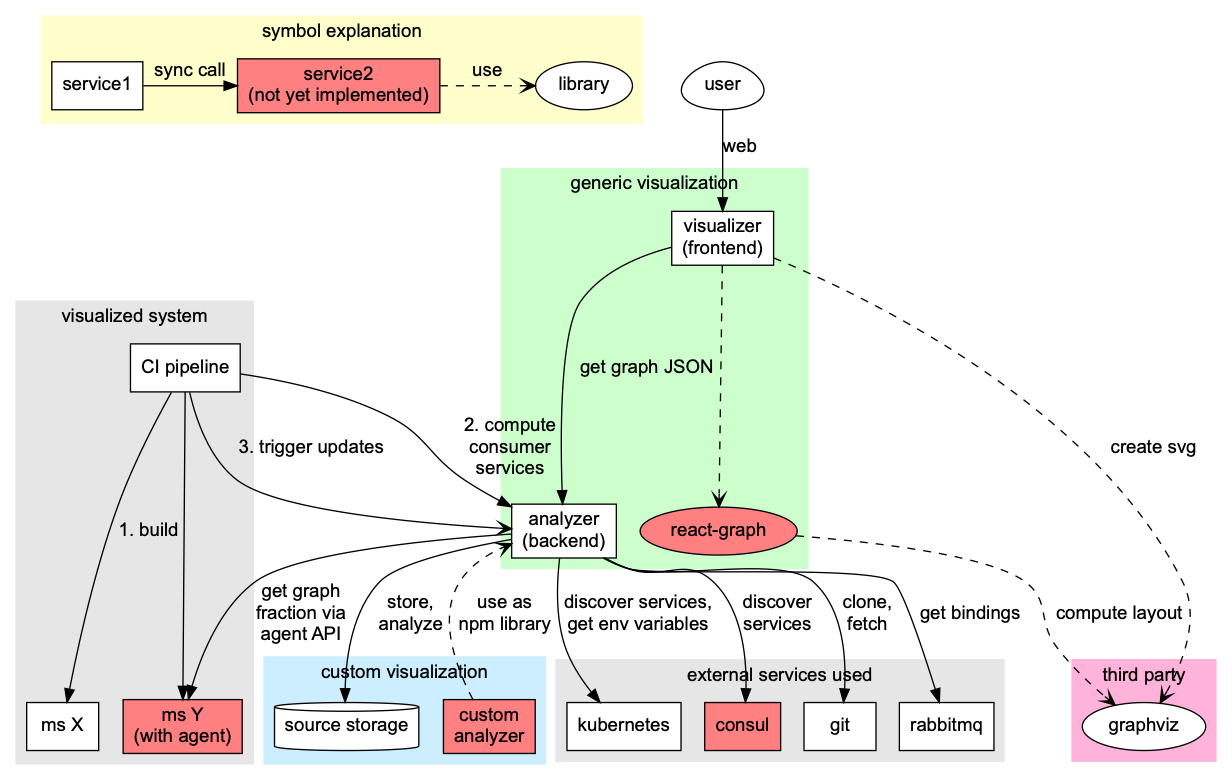
Above: docs/target-architecture.png in xndlnk/microservice-visualization (Graphviz), before the change. Its source is kept beside it as docs/target-architecture.dot.
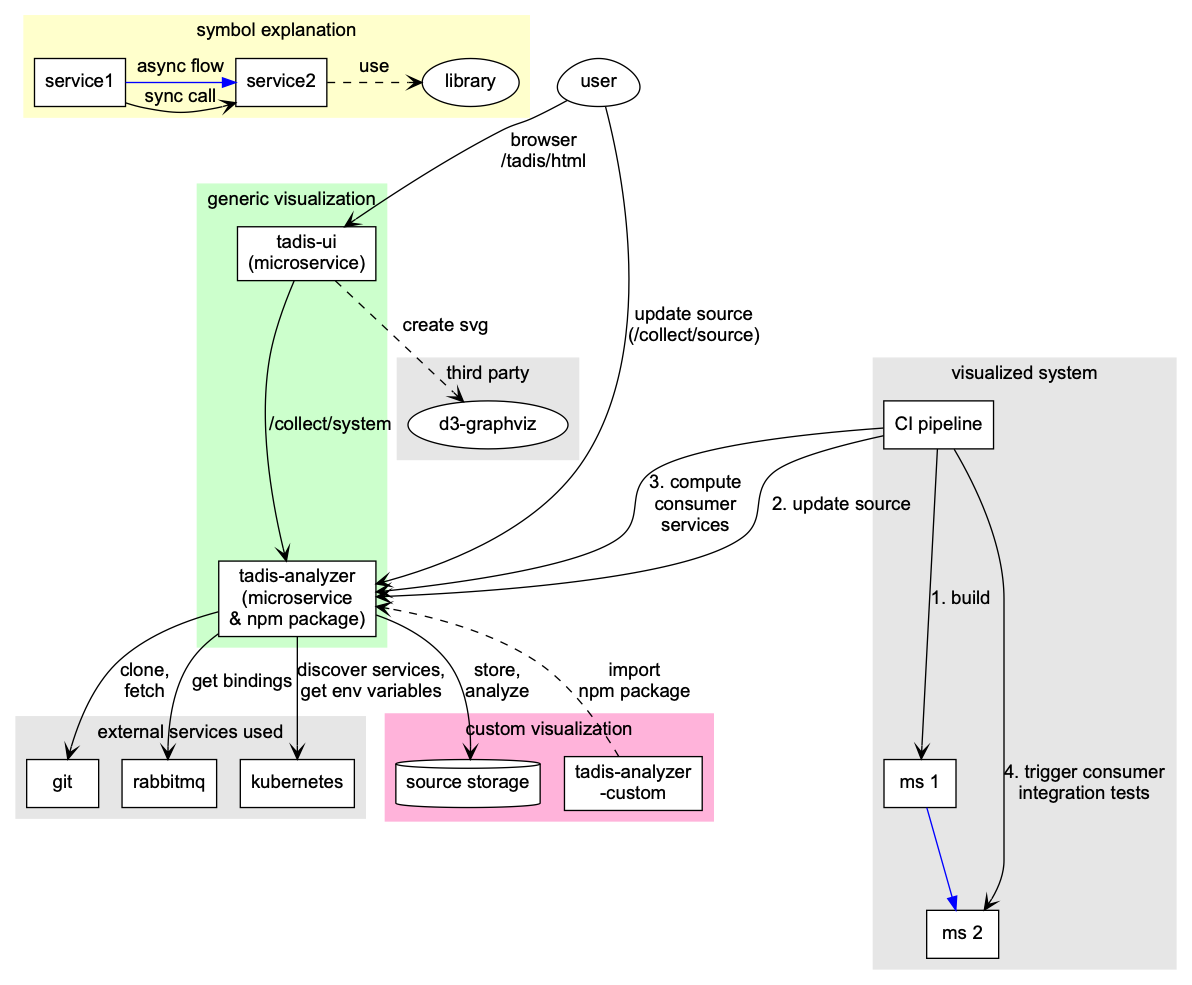
Later version of the same file.

Change to the diagram source:
```diff
@@ -8,8 +8,9 @@
 		fontname="Arial";
         library [shape=ellipse];
         service1 [shape=box];
-				service2 [shape=box, style=filled, fillcolor="#ff8080", label="service2\n(not yet implemented)"];
-				service1 -> service2 [label="sync call"];
+				service2 [shape=box, label="service2"];
+				service1 -> service2 [label="sync call", arrowhead=vee];
+				service1 -> service2 [label="async flow", color=blue];
         service2 -> library [style=dashed, arrowhead=vee, label="use"];
         {rank = same; library; service1; service2;}
         color="#ffffcc";
@@ -19,11 +20,11 @@
     user [shape=egg];
 
 	subgraph cluster_generic {
-		msanalyzer [label="analyzer\n(backend)"];
-		msvisualizer [label="visualizer\n(frontend)"];
-		reactgraph [shape=ellipse,label="react-graph", style=filled, fillcolor="#ff8080"];
+		msanalyzer [label="tadis-analyzer\n(microservice\n& npm package)"];
+		msvisualizer [label="tadis-ui\n(microservice)"];
+		#reactgraph [shape=ellipse,label="react-graph", style=filled, fillcolor="#ff8080"];
 
-		msvisualizer -> reactgraph [style=dashed, arrowhead=vee];
+		#msvisualizer -> reactgraph [style=dashed, arrowhead=vee];
 
 
 		label = "generic visualization";
@@ -34,7 +35,6 @@
 
 	subgraph cluster_external {
 		k8s [label="kubernetes"];
-		consul [style=filled, fillcolor="#ff8080"];
 		git;
 		rabbitmq;
 
@@ -45,18 +45,20 @@
 	}
 
 	subgraph cluster_thirdparty {
-		graphviz [shape=ellipse];
+		d3graphviz [shape=ellipse, label="d3-graphviz"]
 
 		label = "third party";
 		fontname="Arial";
-		color="#ffb3da";
+		color="#e6e6e6";
 		style=filled;
 	}
 
 	subgraph cluster_visualized_system {
-		ms1 [label="ms X"];
-		ms2 [label="ms Y\n(with agent)", style=filled, fillcolor="#ff8080"];
+		ms1 [label="ms 1"];
+		ms2 [label="ms 2"];
 		ci [shape=box, label="CI pipeline"];
+
+		ms1 -> ms2 [color=blue];
 
 		label = "visualized system";
 		fontname="Arial";
@@ -66,27 +68,26 @@
 
 	subgraph cluster_custom_visualization {
 		source [shape=cylinder, label="source storage"];
-		customanalyzer [label="custom\nanalyzer", style=filled, fillcolor="#ff8080"];
+		customanalyzer [label="tadis-analyzer\n-custom"];
 
 		label = "custom visualization";
 		fontname="Arial";
-		color="#cceeff";
+		color="#ffb3da";
 		style=filled;
 	}
 
-  msanalyzer -> consul [label="discover\nservices"];
-	msanalyzer -> k8s [label="discover services,\nget env variables"];
-	msanalyzer -> ms2 [label="get graph\nfraction via\nagent API"];
-	msanalyzer -> source [label="store,\nanalyze"];
-	msanalyzer -> git [label="clone,\nfetch"];
-	msanalyzer -> rabbitmq [label="get bindings"];
-	msvisualizer -> msanalyzer [label="get graph JSON"];
-	ci -> ms1 [label="1. build"];
-	ci -> ms2;
-	ci -> msanalyzer [label="2. compute\nconsumer\nservices"];
-	ci -> msanalyzer [label="3. trigger updates",arrowhead=open];
-	user -> msvisualizer [label="web"];
-	msvisualizer -> graphviz [style=dashed, arrowhead=vee, label="create svg"];
-	reactgraph -> graphviz [style=dashed, arrowhead=vee, label="compute layout"];
-	customanalyzer -> msanalyzer [style=dashed, arrowhead=vee, label="use as\nnpm library"];
+	msanalyzer -> k8s [label="discover services,\nget env variables", arrowhead=vee];
+	msanalyzer -> source [label="store,\nanalyze", arrowhead=vee];
+	msanalyzer -> git [label="clone,\nfetch", arrowhead=vee];
+	msanalyzer -> rabbitmq [label="get bindings", arrowhead=vee];
+	msvisualizer -> msanalyzer [label="/collect/system", arrowhead=vee];
+	ci -> ms1 [label="1. build", arrowhead=vee];
+	ci -> msanalyzer [label="3. compute\nconsumer\nservices", arrowhead=vee];
+	ci -> ms2 [label="4. trigger consumer\nintegration tests", arrowhead=vee];
+	ci -> msanalyzer [label="2. update source", arrowhead=vee];
+	user -> msvisualizer [label="browser\n/tadis/html", arrowhead=vee];
+	user -> msanalyzer [label="update source\n(/collect/source)", arrowhead=vee];
+	msvisualizer -> d3graphviz [style=dashed, arrowhead=vee, label="create svg"];
+	#reactgraph -> graphviz [style=dashed, arrowhead=vee, label="compute layout"];
+	customanalyzer -> msanalyzer [style=dashed, arrowhead=vee, label="import\nnpm package"];
 }
```
